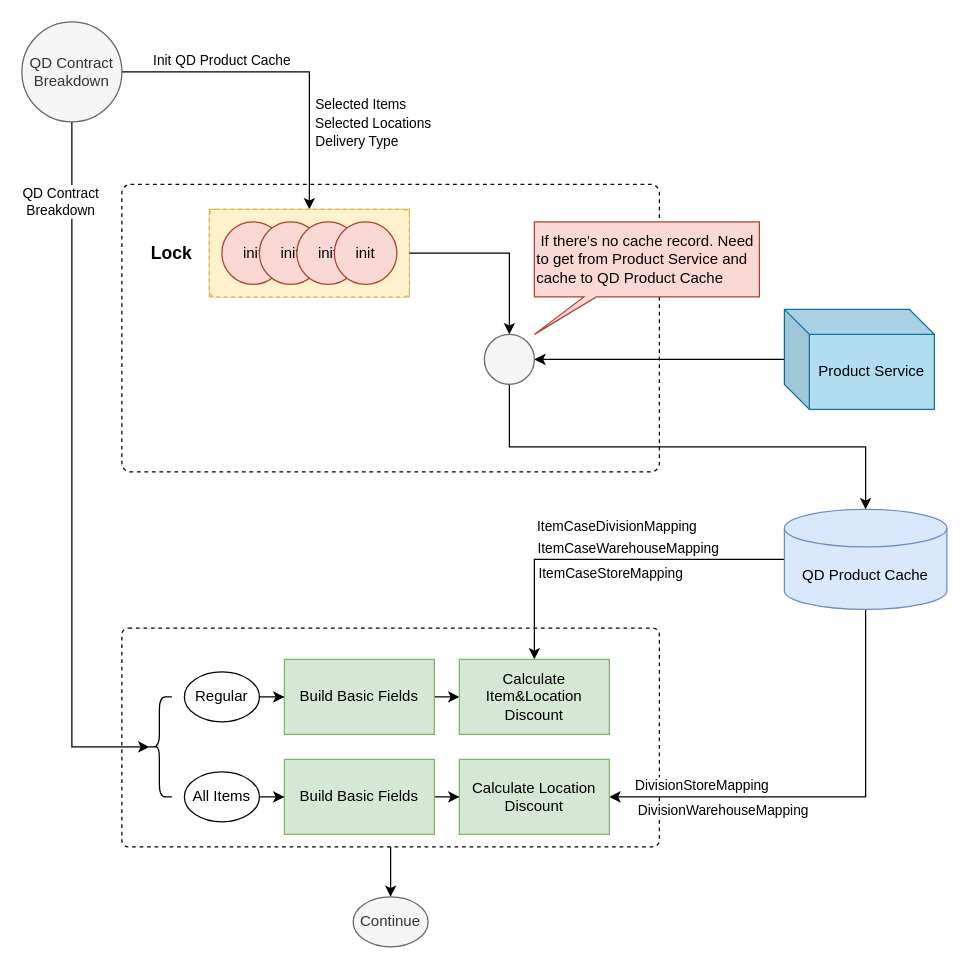
dajin-kingland/UMLdiagrams keeps this draw.io diagram as QDProductCache.drawio. Above is the earlier version. Source tidied: cells renumbered, new cells numbered last; positions are measured from the earlier drawing's top-left corner, leaving out a move shared by most shapes. Both pictures are drawn from the tidied source at 125%, with x=0, y=0 at pixel (21, 21).
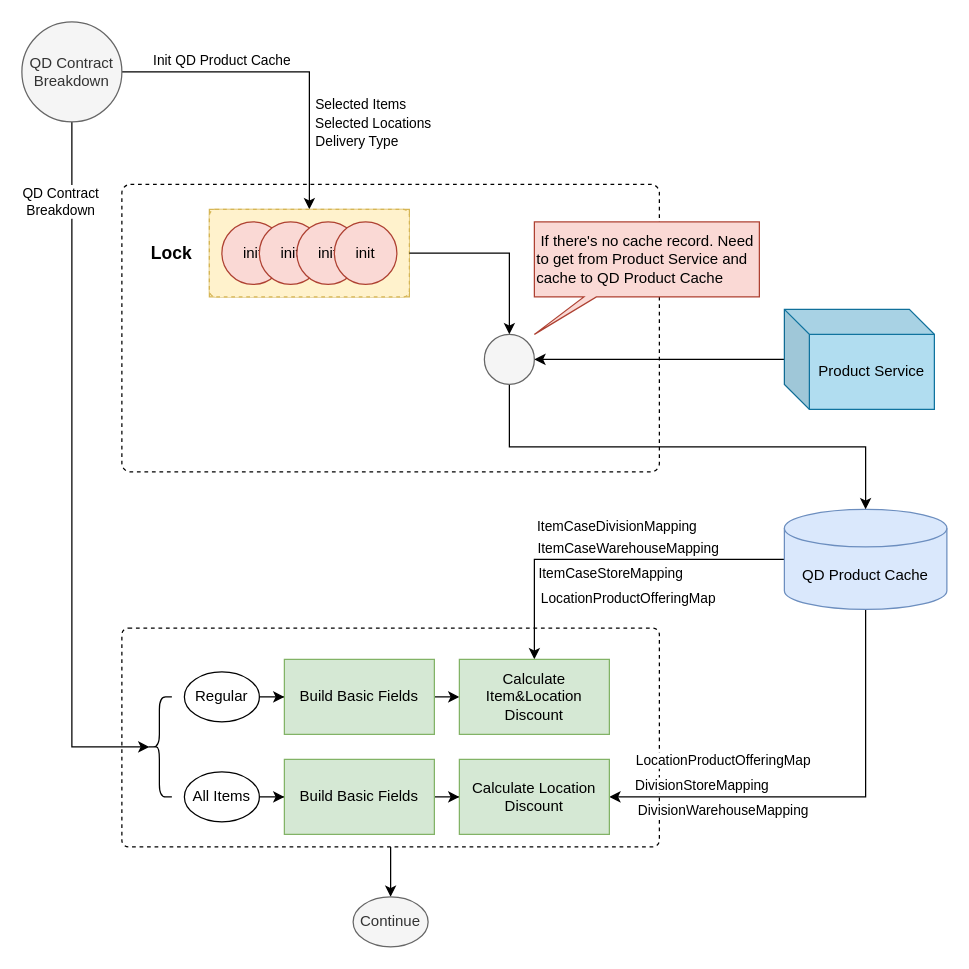
The same diagram, later.

The edit, as a diff of the source:
```diff
@@
+    <mxCell id="48" value="LocationProductOfferingMap" style="edgeLabel;html=1;align=center;verticalAlign=middle;" parent="1" vertex="1">
+      <mxGeometry x="560" y="590" as="geometry" />
+    </mxCell>
+    <mxCell id="49" value="LocationProductOfferingMap" style="edgeLabel;html=1;align=center;verticalAlign=middle;" parent="1" vertex="1">
+      <mxGeometry x="484" y="460" as="geometry" />
+    </mxCell>
```
